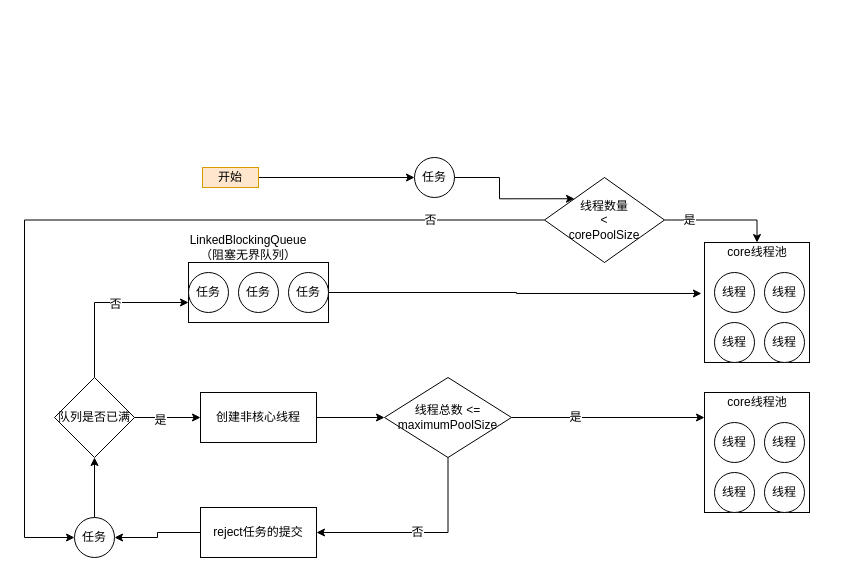
chenshuai1995/a-imgs keeps this draw.io diagram as 并发编程/12_fixed线程池原理.drawio. Above is the earlier version. Source tidied: cells renumbered, new cells numbered last; positions are measured from the earlier drawing's top-left corner, leaving out a move shared by most shapes. Both pictures are drawn from the tidied source at 100%, with x=0, y=0 at pixel (24, 157).
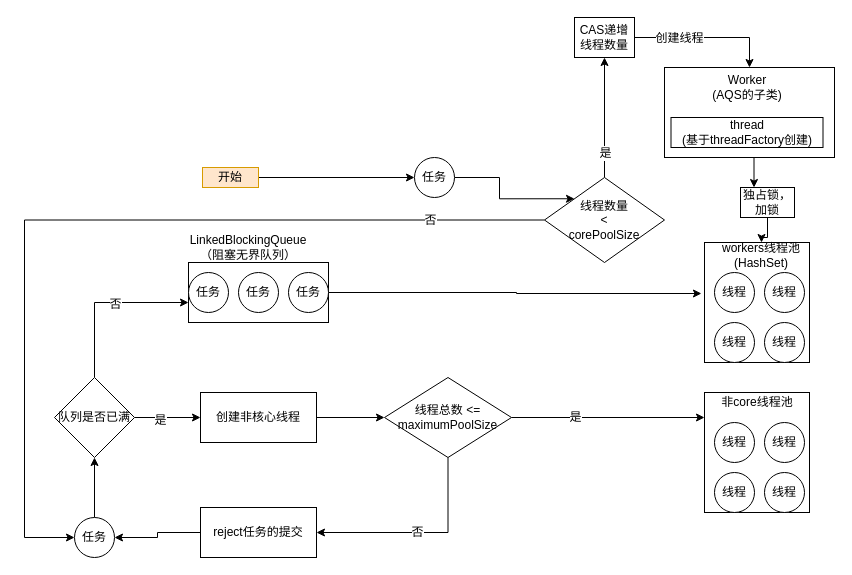
After the change.

Commit message (it also covers changes not shown here):
更新12_fixed线程池原理.drawio

The change refers to these unchanged cells:
```xml
<mxCell id="42" value="线程数量&lt;br&gt;&amp;lt;&lt;br&gt;corePoolSize" style="rhombus;whiteSpace=wrap;html=1;" parent="1" vertex="1">
  <mxGeometry x="520" y="20" width="120" height="85" as="geometry" />
</mxCell>
```

Diff of the diagram source:
```diff
@@
-    <mxCell id="7" value="core线程池" style="text;html=1;strokeColor=none;fillColor=none;align=center;verticalAlign=middle;whiteSpace=wrap;rounded=0;" parent="1" vertex="1">
-      <mxGeometry x="692.5" y="85" width="80" height="20" as="geometry" />
+    <mxCell id="7" value="workers线程池&lt;br&gt;(HashSet)" style="text;html=1;strokeColor=none;fillColor=none;align=center;verticalAlign=middle;whiteSpace=wrap;rounded=0;" parent="1" vertex="1">
+      <mxGeometry x="693" y="85" width="88" height="25" as="geometry" />
     </mxCell>
@@
-    <mxCell id="13" value="core线程池" style="text;html=1;strokeColor=none;fillColor=none;align=center;verticalAlign=middle;whiteSpace=wrap;rounded=0;" parent="1" vertex="1">
+    <mxCell id="13" value="非core线程池" style="text;html=1;strokeColor=none;fillColor=none;align=center;verticalAlign=middle;whiteSpace=wrap;rounded=0;" parent="1" vertex="1">
       <mxGeometry x="692.5" y="235" width="80" height="20" as="geometry" />
     </mxCell>
@@
-    <mxCell id="38" style="edgeStyle=orthogonalEdgeStyle;rounded=0;jettySize=auto;html=1;entryX=0.5;entryY=0;entryDx=0;entryDy=0;" parent="1" edge="1" source="42" target="7">
+    <mxCell id="38" style="edgeStyle=orthogonalEdgeStyle;rounded=0;jettySize=auto;html=1;entryX=0.5;entryY=1;entryDx=0;entryDy=0;exitX=0.5;exitY=0;exitDx=0;exitDy=0;" parent="1" edge="1" source="42" target="47">
       <mxGeometry relative="1" as="geometry" />
     </mxCell>
@@
+    <mxCell id="45" style="edgeStyle=orthogonalEdgeStyle;rounded=0;jettySize=auto;html=1;entryX=0.5;entryY=0;entryDx=0;entryDy=0;" parent="1" edge="1" source="47" target="49">
+      <mxGeometry relative="1" as="geometry" />
+    </mxCell>
+    <mxCell id="46" value="创建线程" style="text;html=1;align=center;verticalAlign=middle;labelBackgroundColor=#ffffff;" parent="45" vertex="1">
+      <mxGeometry x="-0.39" relative="1" as="geometry" />
+    </mxCell>
+    <mxCell id="47" value="CAS递增线程数量" style="rounded=0;whiteSpace=wrap;html=1;" parent="1" vertex="1">
+      <mxGeometry x="550" y="-140" width="60" height="40" as="geometry" />
+    </mxCell>
+    <mxCell id="48" style="edgeStyle=orthogonalEdgeStyle;rounded=0;jettySize=auto;html=1;exitX=0.5;exitY=1;exitDx=0;exitDy=0;entryX=0.25;entryY=0;entryDx=0;entryDy=0;" parent="1" edge="1" source="49" target="53">
+      <mxGeometry relative="1" as="geometry" />
+    </mxCell>
+    <mxCell id="49" style="rounded=0;whiteSpace=wrap;html=1;" parent="1" vertex="1">
+      <mxGeometry x="640" y="-90" width="170" height="90" as="geometry" />
+    </mxCell>
+    <mxCell id="50" value="Worker&lt;br&gt;(AQS的子类)" style="text;html=1;strokeColor=none;fillColor=none;align=center;verticalAlign=middle;whiteSpace=wrap;rounded=0;" parent="1" vertex="1">
+      <mxGeometry x="677.5" y="-80" width="90" height="20" as="geometry" />
+    </mxCell>
+    <mxCell id="51" value="thread&lt;br&gt;(基于threadFactory创建)" style="rounded=0;whiteSpace=wrap;html=1;" parent="1" vertex="1">
+      <mxGeometry x="646.5" y="-40" width="152" height="30" as="geometry" />
+    </mxCell>
+    <mxCell id="52" style="edgeStyle=orthogonalEdgeStyle;rounded=0;jettySize=auto;html=1;" parent="1" edge="1" source="53" target="7">
+      <mxGeometry relative="1" as="geometry" />
+    </mxCell>
+    <mxCell id="53" value="独占锁，加锁" style="rounded=0;whiteSpace=wrap;html=1;" parent="1" vertex="1">
+      <mxGeometry x="716" y="30" width="54" height="30" as="geometry" />
+    </mxCell>
```
